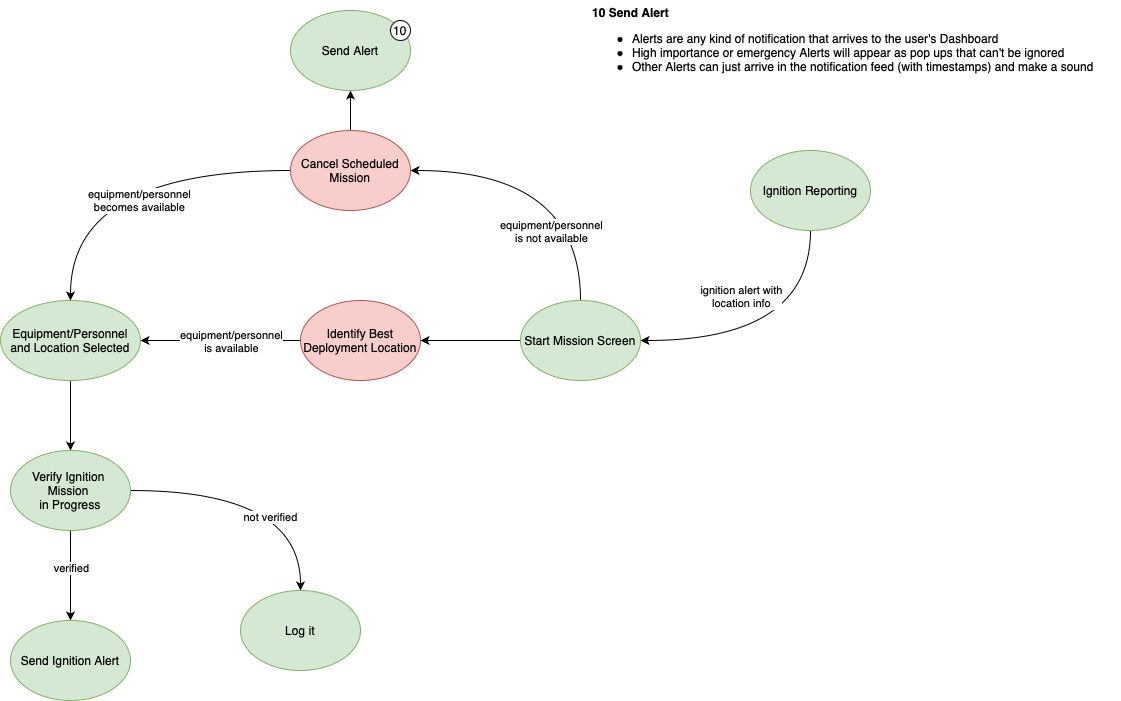
This is StateDiagrams/Detection.drawio.png from Fire-Prevention/fire-prevention, a draw.io export, as it was before one commit. Source tidied: cells renumbered, new cells last; positions are measured from the earlier drawing's top-left corner, leaving out a move shared by most shapes.
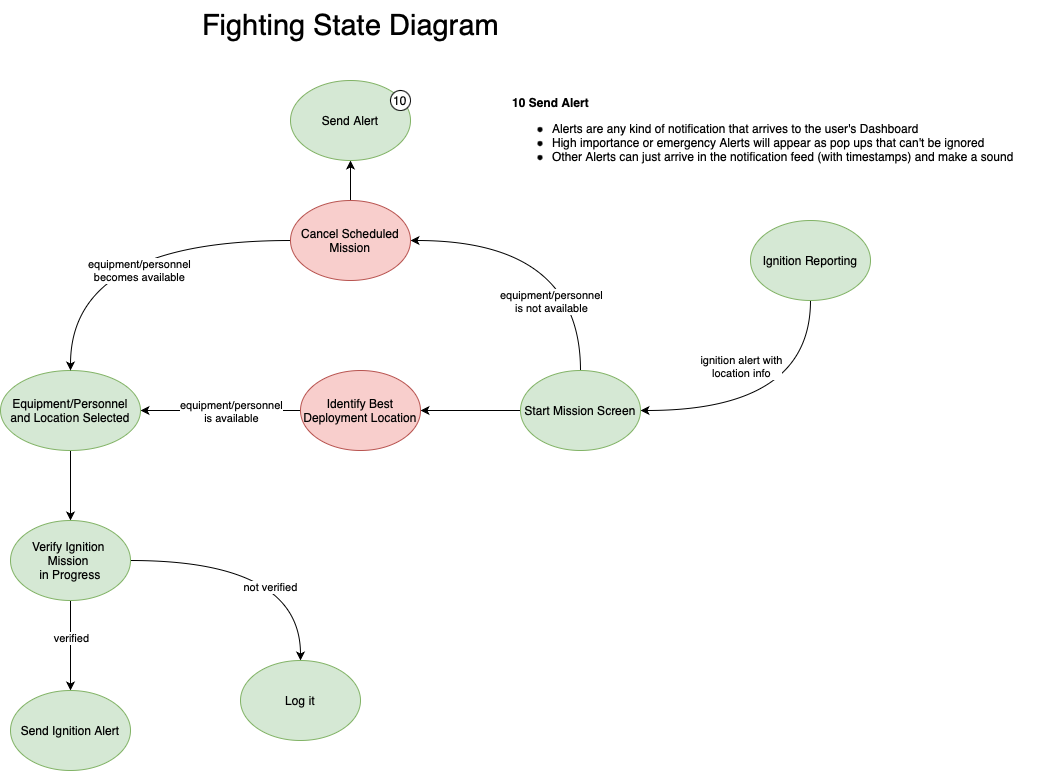
The same file after the commit.

The edit, as a diff of the source:
```diff
@@ -100,7 +100,10 @@
       <mxGeometry x="100" y="10" width="20" height="20" as="geometry" />
     </mxCell>
     <mxCell id="27" value="&lt;b&gt;10 Send Alert&lt;/b&gt;&lt;br&gt;&lt;ul&gt;&lt;li&gt;Alerts are any kind of notification that arrives to the user's Dashboard&lt;/li&gt;&lt;li&gt;High importance or emergency Alerts will appear as pop ups that can't be ignored&lt;/li&gt;&lt;li&gt;Other Alerts can just arrive in the notification feed (with timestamps) and make a sound&lt;/li&gt;&lt;/ul&gt;" style="text;html=1;align=left;verticalAlign=middle;strokeColor=none;fillColor=none;" parent="1" vertex="1">
-      <mxGeometry x="590" width="530" height="90" as="geometry" />
+      <mxGeometry x="510" y="20" width="530" height="90" as="geometry" />
     </mxCell>
+    <mxCell id="28" value="&lt;font style=&quot;font-size: 29px;&quot;&gt;Fighting State Diagram&lt;/font&gt;" style="text;html=1;align=center;verticalAlign=middle;strokeColor=none;fillColor=none;" parent="1" vertex="1">
+      <mxGeometry x="190" y="-70" width="320" height="50" as="geometry" />
+    </mxCell>
   </root>
 </mxGraphModel>
```
